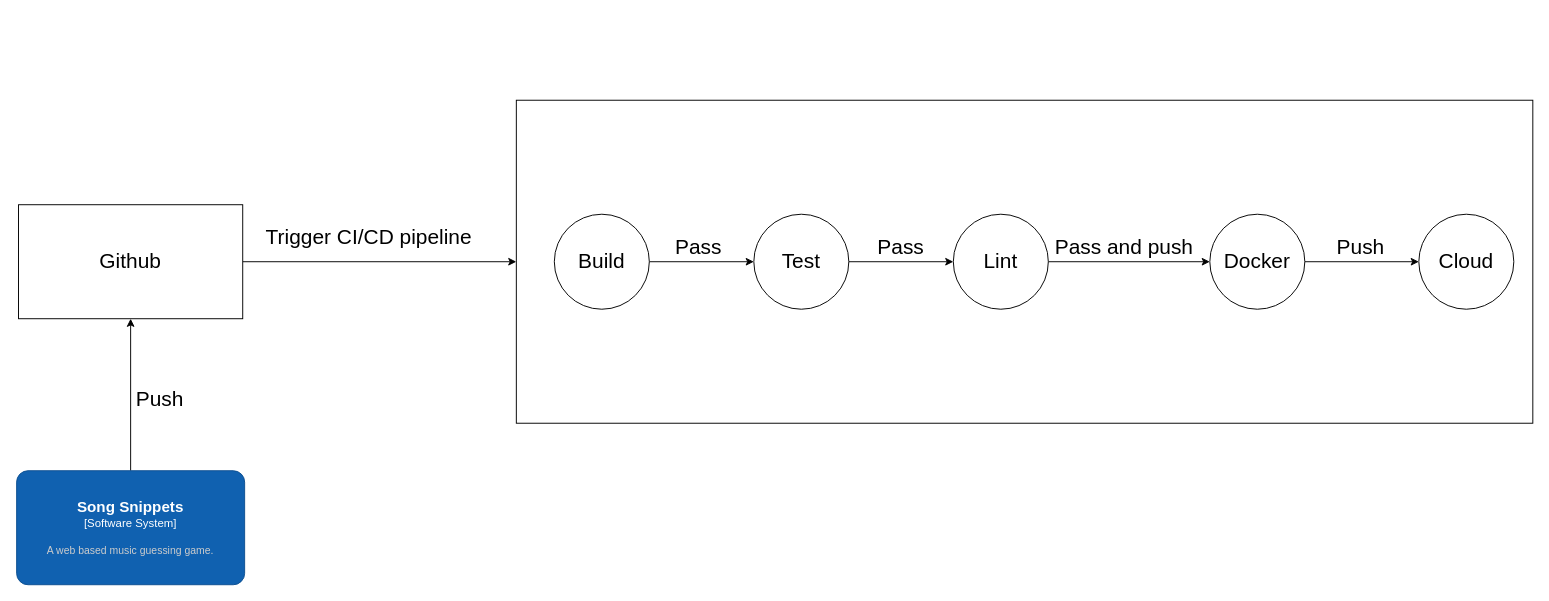
Earlier version of the draw.io diagram Song Snippets CI_CD.drawio (S6-ICT-Sw/Documentation). Source tidied: cells renumbered, new cells numbered last; positions are measured from the earlier drawing's top-left corner, leaving out a move shared by most shapes. Both pictures are drawn from the tidied source at 95%, with x=0, y=0 at pixel (16, 100).
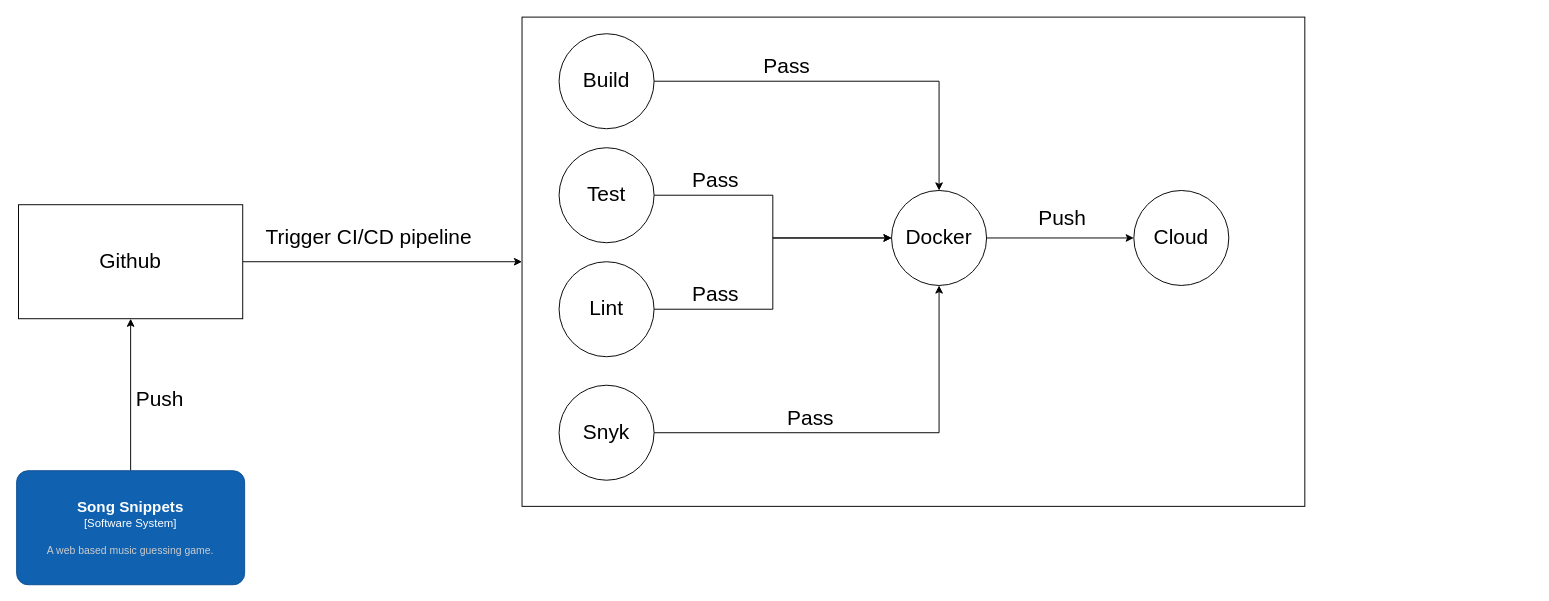
The same page after the edit.

What changed in the source:
```diff
@@
     <mxCell id="8" style="rounded=0;whiteSpace=wrap;html=1;" parent="1" vertex="1">
-      <mxGeometry x="526" width="1070" height="340" as="geometry" />
+      <mxGeometry x="532" y="-87.5" width="824" height="515" as="geometry" />
     </mxCell>
@@
-    <mxCell id="10" style="edgeStyle=orthogonalEdgeStyle;rounded=0;jettySize=auto;html=1;entryX=0;entryY=0.5;entryDx=0;entryDy=0;" parent="1" edge="1" source="11" target="14">
-      <mxGeometry relative="1" as="geometry" />
-    </mxCell>
+    <mxCell id="28" style="edgeStyle=orthogonalEdgeStyle;rounded=0;jettySize=auto;html=1;" parent="1" edge="1" source="11" target="22">
+      <mxGeometry relative="1" as="geometry" />
+    </mxCell>
     <mxCell id="11" style="ellipse;whiteSpace=wrap;html=1;" parent="1" vertex="1">
-      <mxGeometry x="566" y="120" width="100" height="100" as="geometry" />
+      <mxGeometry x="571" y="-70" width="100" height="100" as="geometry" />
     </mxCell>
     <mxCell id="12" value="&lt;span style=&quot;font-size: 22px;&quot;&gt;Build&lt;/span&gt;" style="text;html=1;align=center;verticalAlign=middle;whiteSpace=wrap;rounded=0;" parent="1" vertex="1">
-      <mxGeometry x="551" y="145" width="130" height="50" as="geometry" />
+      <mxGeometry x="556" y="-45" width="130" height="50" as="geometry" />
     </mxCell>
-    <mxCell id="13" style="edgeStyle=orthogonalEdgeStyle;rounded=0;jettySize=auto;html=1;exitX=1;exitY=0.5;exitDx=0;exitDy=0;entryX=0;entryY=0.5;entryDx=0;entryDy=0;" parent="1" edge="1" source="14" target="17">
-      <mxGeometry relative="1" as="geometry" />
-    </mxCell>
+    <mxCell id="29" style="edgeStyle=orthogonalEdgeStyle;rounded=0;jettySize=auto;html=1;entryX=0;entryY=0.5;entryDx=0;entryDy=0;" parent="1" edge="1" source="14" target="22">
+      <mxGeometry relative="1" as="geometry" />
+    </mxCell>
     <mxCell id="14" style="ellipse;whiteSpace=wrap;html=1;" parent="1" vertex="1">
-      <mxGeometry x="776" y="120" width="100" height="100" as="geometry" />
+      <mxGeometry x="571" y="50" width="100" height="100" as="geometry" />
     </mxCell>
     <mxCell id="15" value="&lt;span style=&quot;font-size: 22px;&quot;&gt;Pass&lt;/span&gt;" style="text;html=1;align=center;verticalAlign=middle;whiteSpace=wrap;rounded=0;" parent="1" vertex="1">
-      <mxGeometry x="653" y="130" width="130" height="50" as="geometry" />
+      <mxGeometry x="746" y="-60" width="130" height="50" as="geometry" />
     </mxCell>
@@
     <mxCell id="17" style="ellipse;whiteSpace=wrap;html=1;" parent="1" vertex="1">
-      <mxGeometry x="986" y="120" width="100" height="100" as="geometry" />
+      <mxGeometry x="571" y="170" width="100" height="100" as="geometry" />
     </mxCell>
     <mxCell id="18" value="&lt;span style=&quot;font-size: 22px;&quot;&gt;Test&lt;/span&gt;" style="text;html=1;align=center;verticalAlign=middle;whiteSpace=wrap;rounded=0;" parent="1" vertex="1">
-      <mxGeometry x="761" y="145" width="130" height="50" as="geometry" />
+      <mxGeometry x="556" y="75" width="130" height="50" as="geometry" />
     </mxCell>
     <mxCell id="19" value="&lt;span style=&quot;font-size: 22px;&quot;&gt;Lint&lt;/span&gt;" style="text;html=1;align=center;verticalAlign=middle;whiteSpace=wrap;rounded=0;" parent="1" vertex="1">
-      <mxGeometry x="971" y="145" width="130" height="50" as="geometry" />
+      <mxGeometry x="556" y="195" width="130" height="50" as="geometry" />
     </mxCell>
     <mxCell id="20" value="&lt;span style=&quot;font-size: 22px;&quot;&gt;Pass&lt;/span&gt;" style="text;html=1;align=center;verticalAlign=middle;whiteSpace=wrap;rounded=0;" parent="1" vertex="1">
-      <mxGeometry x="866" y="130" width="130" height="50" as="geometry" />
+      <mxGeometry x="671" y="180" width="130" height="50" as="geometry" />
     </mxCell>
-    <mxCell id="21" style="edgeStyle=orthogonalEdgeStyle;rounded=0;jettySize=auto;html=1;" parent="1" edge="1" source="22" target="25">
-      <mxGeometry relative="1" as="geometry" />
-    </mxCell>
     <mxCell id="22" style="ellipse;whiteSpace=wrap;html=1;" parent="1" vertex="1">
-      <mxGeometry x="1256" y="120" width="100" height="100" as="geometry" />
+      <mxGeometry x="921" y="95" width="100" height="100" as="geometry" />
     </mxCell>
-    <mxCell id="23" value="&lt;span style=&quot;font-size: 22px;&quot;&gt;Pass and push&lt;/span&gt;" style="text;html=1;align=center;verticalAlign=middle;whiteSpace=wrap;rounded=0;" parent="1" vertex="1">
-      <mxGeometry x="1086" y="130" width="160" height="50" as="geometry" />
+    <mxCell id="23" value="&lt;span style=&quot;font-size: 22px;&quot;&gt;Pass&lt;/span&gt;" style="text;html=1;align=center;verticalAlign=middle;whiteSpace=wrap;rounded=0;" parent="1" vertex="1">
+      <mxGeometry x="756" y="310" width="160" height="50" as="geometry" />
     </mxCell>
     <mxCell id="24" value="&lt;span style=&quot;font-size: 22px;&quot;&gt;Docker&lt;/span&gt;" style="text;html=1;align=center;verticalAlign=middle;whiteSpace=wrap;rounded=0;" parent="1" vertex="1">
-      <mxGeometry x="1241" y="145" width="130" height="50" as="geometry" />
+      <mxGeometry x="906" y="120" width="130" height="50" as="geometry" />
     </mxCell>
     <mxCell id="25" style="ellipse;whiteSpace=wrap;html=1;" parent="1" vertex="1">
-      <mxGeometry x="1476" y="120" width="100" height="100" as="geometry" />
+      <mxGeometry x="1176" y="95" width="100" height="100" as="geometry" />
     </mxCell>
     <mxCell id="26" value="&lt;span style=&quot;font-size: 22px;&quot;&gt;Push&lt;/span&gt;" style="text;html=1;align=center;verticalAlign=middle;whiteSpace=wrap;rounded=0;" parent="1" vertex="1">
-      <mxGeometry x="1350" y="130" width="130" height="50" as="geometry" />
+      <mxGeometry x="1036" y="100" width="130" height="50" as="geometry" />
     </mxCell>
     <mxCell id="27" value="&lt;span style=&quot;font-size: 22px;&quot;&gt;Cloud&lt;/span&gt;" style="text;html=1;align=center;verticalAlign=middle;whiteSpace=wrap;rounded=0;" parent="1" vertex="1">
-      <mxGeometry x="1461" y="145" width="130" height="50" as="geometry" />
+      <mxGeometry x="1161" y="120" width="130" height="50" as="geometry" />
     </mxCell>
+    <mxCell id="30" style="edgeStyle=orthogonalEdgeStyle;rounded=0;jettySize=auto;html=1;entryX=0.5;entryY=1;entryDx=0;entryDy=0;" parent="1" edge="1" source="31" target="22">
+      <mxGeometry relative="1" as="geometry" />
+    </mxCell>
+    <mxCell id="31" style="ellipse;whiteSpace=wrap;html=1;" parent="1" vertex="1">
+      <mxGeometry x="571" y="300" width="100" height="100" as="geometry" />
+    </mxCell>
+    <mxCell id="32" value="&lt;span style=&quot;font-size: 22px;&quot;&gt;Snyk&lt;/span&gt;" style="text;html=1;align=center;verticalAlign=middle;whiteSpace=wrap;rounded=0;" parent="1" vertex="1">
+      <mxGeometry x="556" y="325" width="130" height="50" as="geometry" />
+    </mxCell>
+    <mxCell id="33" value="&lt;span style=&quot;font-size: 22px;&quot;&gt;Pass&lt;/span&gt;" style="text;html=1;align=center;verticalAlign=middle;whiteSpace=wrap;rounded=0;" parent="1" vertex="1">
+      <mxGeometry x="671" y="60" width="130" height="50" as="geometry" />
+    </mxCell>
+    <mxCell id="34" style="edgeStyle=orthogonalEdgeStyle;rounded=0;jettySize=auto;html=1;entryX=0.115;entryY=0.5;entryDx=0;entryDy=0;entryPerimeter=0;" parent="1" edge="1" source="22" target="27">
+      <mxGeometry relative="1" as="geometry" />
+    </mxCell>
```
